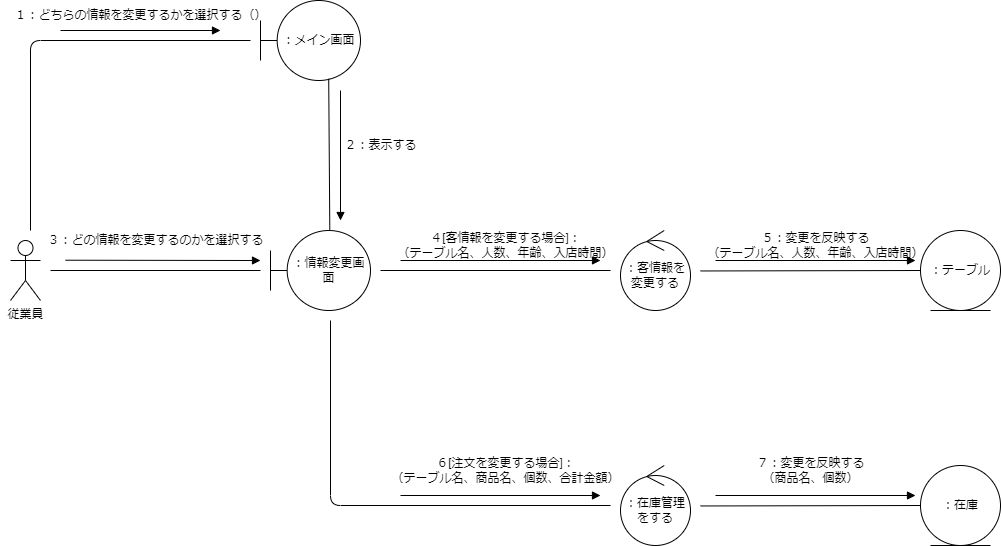
MasakiHiguchi/--- keeps this draw.io diagram as psp4/コミュニケーション図/コミュニケーション図_情報変更.drawio.png. Above is the earlier version. Source tidied: cells renumbered, new cells last; positions are measured from the earlier drawing's top-left corner, leaving out a move shared by most shapes.
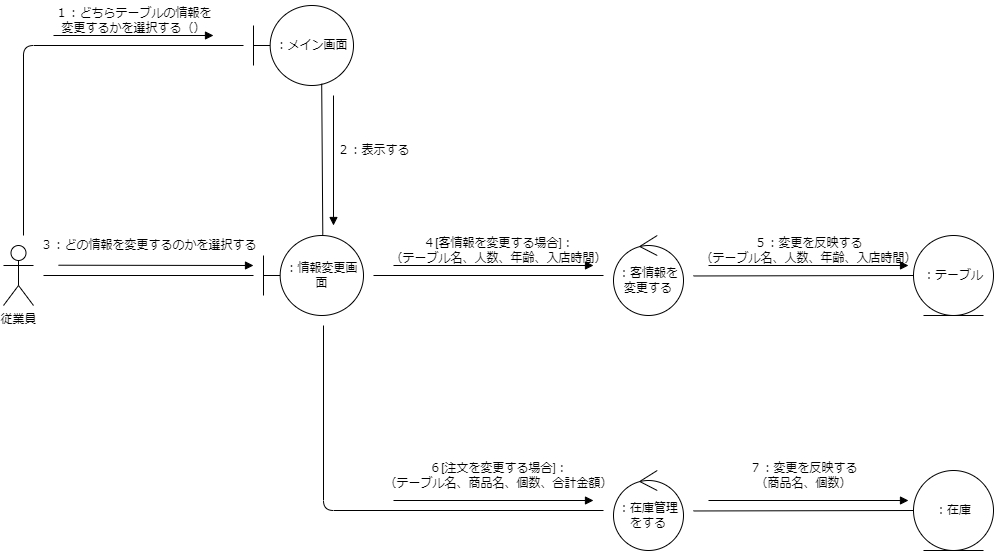
The same file after the commit.

What changed in the source:
```diff
@@ -34,8 +34,8 @@
     <mxCell id="8" value="：テーブル" style="ellipse;shape=umlEntity;whiteSpace=wrap;html=1;" parent="1" vertex="1">
       <mxGeometry x="920" y="230" width="80" height="80" as="geometry" />
     </mxCell>
-    <mxCell id="9" value="１：どちらの情報を変更するかを選択する（）" style="text;html=1;align=center;verticalAlign=middle;strokeColor=none;fillColor=none;" parent="1" vertex="1">
-      <mxGeometry width="280" height="30" as="geometry" />
+    <mxCell id="9" value="１：どちらテーブルの情報を&lt;br&gt;変更するかを選択する（）" style="text;html=1;align=center;verticalAlign=middle;strokeColor=none;fillColor=none;" parent="1" vertex="1">
+      <mxGeometry x="50" y="-5" width="180" height="40" as="geometry" />
     </mxCell>
     <mxCell id="10" value="：情報変更画面" style="shape=umlBoundary;whiteSpace=wrap;html=1;" parent="1" vertex="1">
       <mxGeometry x="270" y="230" width="100" height="80" as="geometry" />
```
